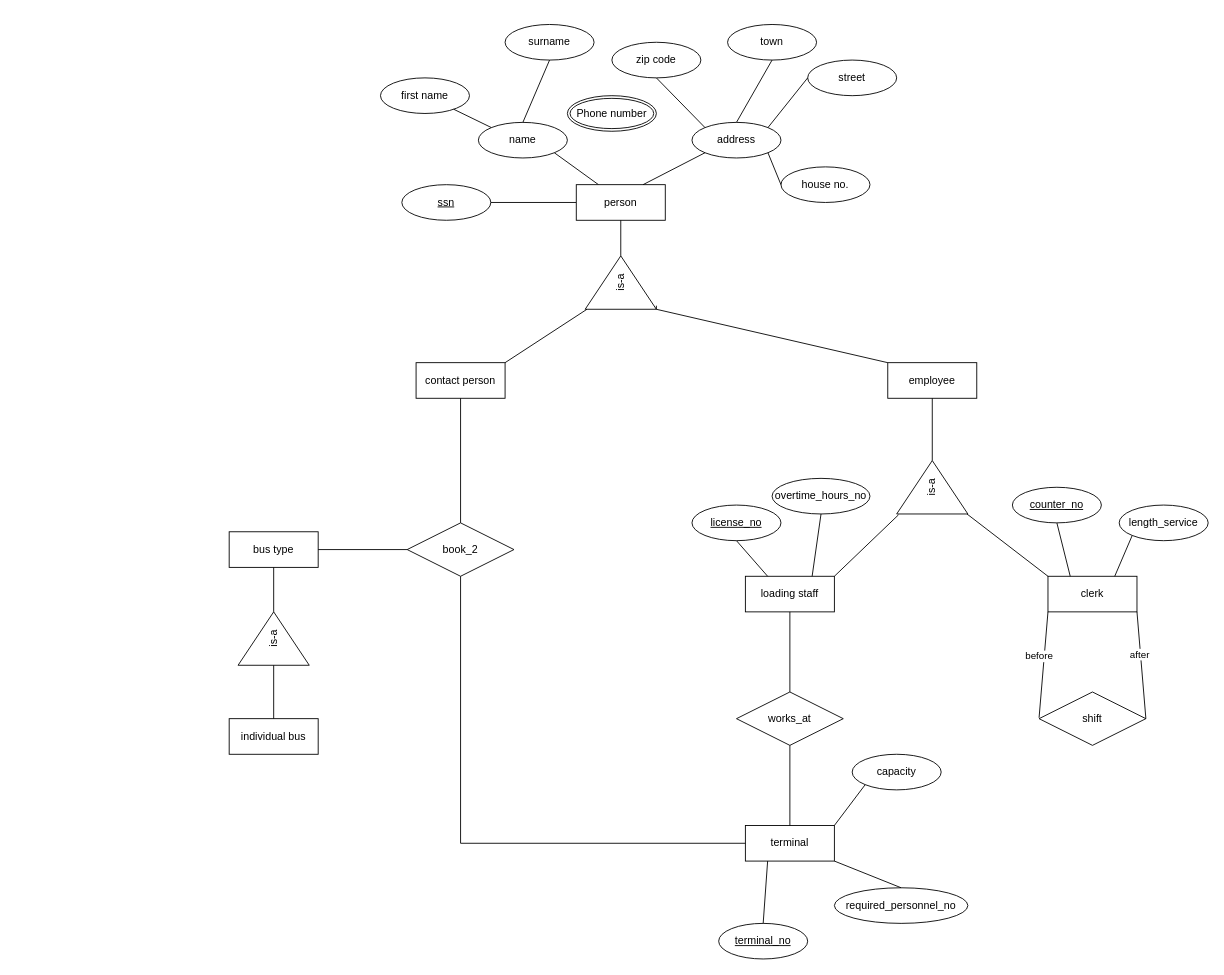
Earlier version of the draw.io diagram ERM project_group 5.drawio (Martinaeht/DBS-Projektgruppe-5_ERM). Source tidied: cells renumbered, new cells numbered last; positions are measured from the earlier drawing's top-left corner, leaving out a move shared by most shapes. Both pictures are drawn from the tidied source at 89%, with x=0, y=0 at pixel (229, 24).
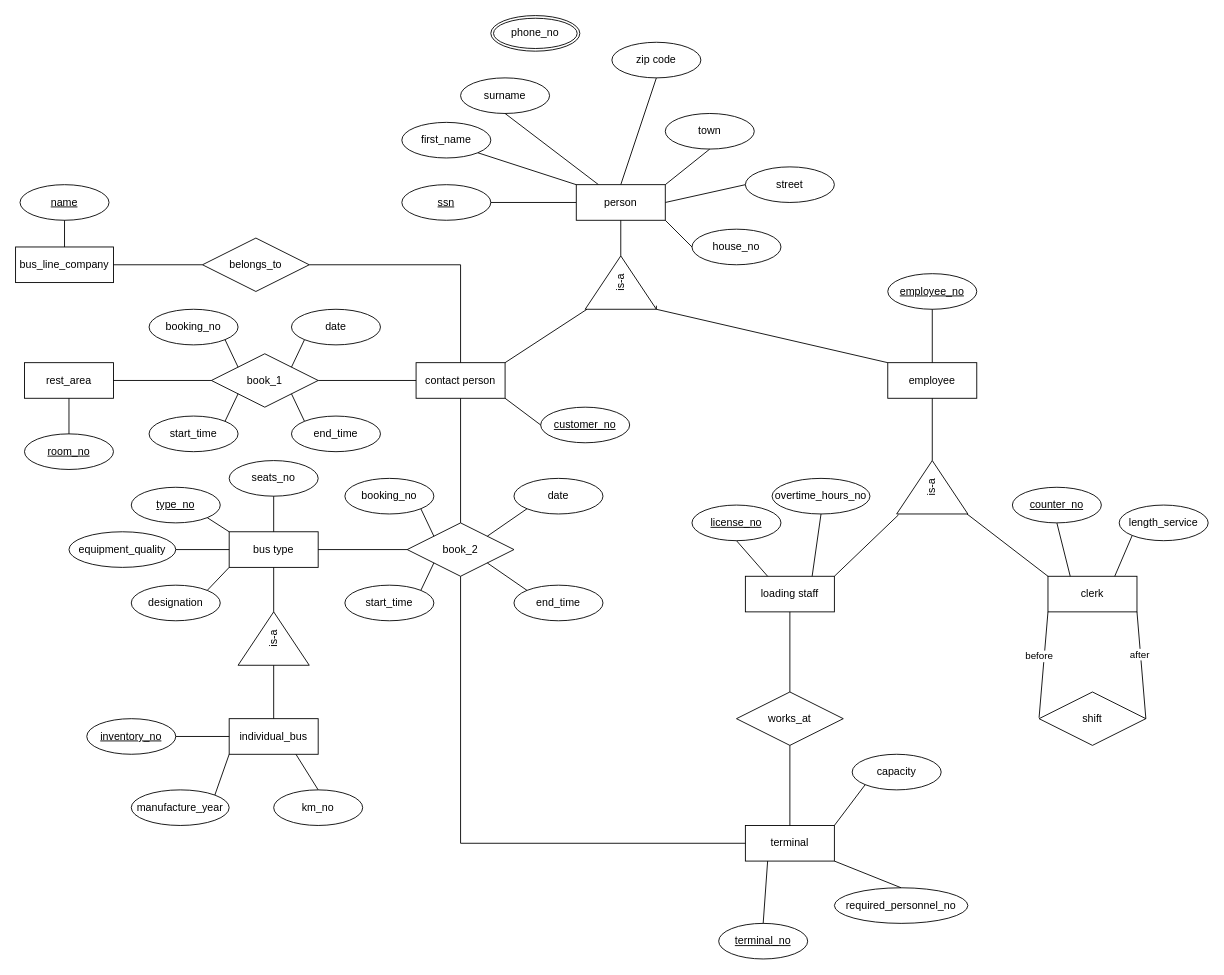
After the change.

Unchanged cells that the change refers to:
```xml
<mxCell id="11" value="zip code" style="ellipse;whiteSpace=wrap;html=1;align=center;" parent="1" vertex="1">
  <mxGeometry x="430" y="20" width="100" height="40" as="geometry" />
</mxCell>
<mxCell id="18" value="contact person" style="whiteSpace=wrap;html=1;align=center;" parent="1" vertex="1">
  <mxGeometry x="210" y="380" width="100" height="40" as="geometry" />
</mxCell>
<mxCell id="19" value="employee" style="whiteSpace=wrap;html=1;align=center;" parent="1" vertex="1">
  <mxGeometry x="740" y="380" width="100" height="40" as="geometry" />
</mxCell>
<mxCell id="20" value="person" style="whiteSpace=wrap;html=1;align=center;" parent="1" vertex="1">
  <mxGeometry x="390" y="180" width="100" height="40" as="geometry" />
</mxCell>
<mxCell id="23" value="bus type" style="whiteSpace=wrap;html=1;align=center;" parent="1" vertex="1">
  <mxGeometry y="570" width="100" height="40" as="geometry" />
</mxCell>
<mxCell id="59" value="book_2" style="shape=rhombus;perimeter=rhombusPerimeter;whiteSpace=wrap;html=1;align=center;" parent="1" vertex="1">
  <mxGeometry x="200" y="560" width="120" height="60" as="geometry" />
</mxCell>
```

The edit, as a diff of the source:
```diff
@@
-    <mxCell id="4" value="name" style="ellipse;whiteSpace=wrap;html=1;align=center;" parent="1" vertex="1">
-      <mxGeometry x="280" y="110" width="100" height="40" as="geometry" />
+    <mxCell id="4" value="first_name" style="ellipse;whiteSpace=wrap;html=1;align=center;" parent="1" vertex="1">
+      <mxGeometry x="194" y="110" width="100" height="40" as="geometry" />
     </mxCell>
-    <mxCell id="5" value="first name" style="ellipse;whiteSpace=wrap;html=1;align=center;" parent="1" vertex="1">
-      <mxGeometry x="170" y="60" width="100" height="40" as="geometry" />
-    </mxCell>
     <mxCell id="6" value="surname" style="ellipse;whiteSpace=wrap;html=1;align=center;" parent="1" vertex="1">
-      <mxGeometry x="310" width="100" height="40" as="geometry" />
+      <mxGeometry x="260" y="60" width="100" height="40" as="geometry" />
     </mxCell>
-    <mxCell id="7" style="endArrow=none;html=1;rounded=0;entryX=0;entryY=0;entryDx=0;entryDy=0;" parent="1" edge="1" source="5" target="4">
-      <mxGeometry relative="1" as="geometry" />
-    </mxCell>
-    <mxCell id="8" style="endArrow=none;html=1;rounded=0;entryX=0.25;entryY=0;entryDx=0;entryDy=0;exitX=1;exitY=1;exitDx=0;exitDy=0;" parent="1" edge="1" source="4" target="20">
+    <mxCell id="8" style="endArrow=none;html=1;rounded=0;entryX=0;entryY=0;entryDx=0;entryDy=0;exitX=1;exitY=1;exitDx=0;exitDy=0;" parent="1" edge="1" source="4" target="20">
       <mxGeometry relative="1" as="geometry" />
     </mxCell>
-    <mxCell id="9" style="endArrow=none;html=1;rounded=0;entryX=0.5;entryY=1;entryDx=0;entryDy=0;exitX=0.5;exitY=0;exitDx=0;exitDy=0;" parent="1" edge="1" source="4" target="6">
+    <mxCell id="9" style="endArrow=none;html=1;rounded=0;entryX=0.5;entryY=1;entryDx=0;entryDy=0;exitX=0.25;exitY=0;exitDx=0;exitDy=0;" parent="1" edge="1" source="20" target="6">
       <mxGeometry relative="1" as="geometry" />
     </mxCell>
-    <mxCell id="10" value="address" style="ellipse;whiteSpace=wrap;html=1;align=center;" parent="1" vertex="1">
-      <mxGeometry x="520" y="110" width="100" height="40" as="geometry" />
-    </mxCell>
@@
-    <mxCell id="12" style="endArrow=none;html=1;rounded=0;exitX=0.5;exitY=1;exitDx=0;exitDy=0;entryX=0;entryY=0;entryDx=0;entryDy=0;" parent="1" edge="1" source="11" target="10">
+    <mxCell id="12" style="endArrow=none;html=1;rounded=0;exitX=0.5;exitY=1;exitDx=0;exitDy=0;entryX=0.5;entryY=0;entryDx=0;entryDy=0;" parent="1" edge="1" source="11" target="20">
       <mxGeometry relative="1" as="geometry" />
     </mxCell>
-    <mxCell id="13" value="street" style="ellipse;whiteSpace=wrap;html=1;align=center;" parent="1" vertex="1">
-      <mxGeometry x="650" y="40" width="100" height="40" as="geometry" />
-    </mxCell>
     <mxCell id="14" value="town" style="ellipse;whiteSpace=wrap;html=1;align=center;" parent="1" vertex="1">
-      <mxGeometry x="560" width="100" height="40" as="geometry" />
+      <mxGeometry x="490" y="100" width="100" height="40" as="geometry" />
     </mxCell>
-    <mxCell id="15" value="house no." style="ellipse;whiteSpace=wrap;html=1;align=center;" parent="1" vertex="1">
-      <mxGeometry x="620" y="160" width="100" height="40" as="geometry" />
+    <mxCell id="15" value="house_no" style="ellipse;whiteSpace=wrap;html=1;align=center;" parent="1" vertex="1">
+      <mxGeometry x="520" y="230" width="100" height="40" as="geometry" />
     </mxCell>
-    <mxCell id="16" style="endArrow=none;html=1;rounded=0;exitX=0.5;exitY=0;exitDx=0;exitDy=0;entryX=0.5;entryY=1;entryDx=0;entryDy=0;" parent="1" edge="1" source="10" target="14">
+    <mxCell id="16" style="endArrow=none;html=1;rounded=0;exitX=1;exitY=0;exitDx=0;exitDy=0;entryX=0.5;entryY=1;entryDx=0;entryDy=0;" parent="1" edge="1" source="20" target="14">
       <mxGeometry relative="1" as="geometry" />
     </mxCell>
-    <mxCell id="17" style="endArrow=none;html=1;rounded=0;entryX=0;entryY=0.5;entryDx=0;entryDy=0;exitX=1;exitY=0;exitDx=0;exitDy=0;" parent="1" edge="1" source="10" target="13">
+    <mxCell id="17" style="endArrow=none;html=1;rounded=0;entryX=0;entryY=0.5;entryDx=0;entryDy=0;exitX=1;exitY=0.5;exitDx=0;exitDy=0;" parent="1" edge="1" source="20" target="13">
       <mxGeometry relative="1" as="geometry" />
     </mxCell>
@@
-    <mxCell id="21" style="endArrow=none;html=1;rounded=0;entryX=0;entryY=1;entryDx=0;entryDy=0;exitX=0.75;exitY=0;exitDx=0;exitDy=0;" parent="1" edge="1" source="20" target="10">
-      <mxGeometry relative="1" as="geometry" />
-    </mxCell>
-    <mxCell id="22" style="endArrow=none;html=1;rounded=0;exitX=1;exitY=1;exitDx=0;exitDy=0;entryX=0;entryY=0.5;entryDx=0;entryDy=0;" parent="1" edge="1" source="10" target="15">
+    <mxCell id="22" style="endArrow=none;html=1;rounded=0;exitX=1;exitY=1;exitDx=0;exitDy=0;entryX=0;entryY=0.5;entryDx=0;entryDy=0;" parent="1" edge="1" source="20" target="15">
       <mxGeometry relative="1" as="geometry" />
     </mxCell>
@@
-    <mxCell id="24" value="individual bus" style="whiteSpace=wrap;html=1;align=center;" parent="1" vertex="1">
+    <mxCell id="24" value="individual_bus" style="whiteSpace=wrap;html=1;align=center;" parent="1" vertex="1">
       <mxGeometry y="780" width="100" height="40" as="geometry" />
     </mxCell>
@@
-    <mxCell id="26" value="Phone number" style="ellipse;shape=doubleEllipse;margin=3;whiteSpace=wrap;html=1;align=center;" parent="1" vertex="1">
-      <mxGeometry x="380" y="80" width="100" height="40" as="geometry" />
+    <mxCell id="26" value="phone_no" style="ellipse;shape=doubleEllipse;margin=3;whiteSpace=wrap;html=1;align=center;" parent="1" vertex="1">
+      <mxGeometry x="294" y="-10" width="100" height="40" as="geometry" />
     </mxCell>
@@
+    <mxCell id="66" value="book_1" style="shape=rhombus;perimeter=rhombusPerimeter;whiteSpace=wrap;html=1;align=center;" parent="1" vertex="1">
+      <mxGeometry x="-20" y="370" width="120" height="60" as="geometry" />
+    </mxCell>
+    <mxCell id="67" style="endArrow=none;html=1;rounded=0;exitX=1;exitY=0.5;exitDx=0;exitDy=0;entryX=0;entryY=0.5;entryDx=0;entryDy=0;" parent="1" edge="1" source="66" target="18">
+      <mxGeometry relative="1" as="geometry" />
+    </mxCell>
+    <mxCell id="68" value="rest_area" style="whiteSpace=wrap;html=1;align=center;" parent="1" vertex="1">
+      <mxGeometry x="-230" y="380" width="100" height="40" as="geometry" />
+    </mxCell>
+    <mxCell id="69" style="endArrow=none;html=1;rounded=0;exitX=1;exitY=0.5;exitDx=0;exitDy=0;entryX=0;entryY=0.5;entryDx=0;entryDy=0;" parent="1" edge="1" source="68" target="66">
+      <mxGeometry relative="1" as="geometry" />
+    </mxCell>
+    <mxCell id="70" value="belongs_to" style="shape=rhombus;perimeter=rhombusPerimeter;whiteSpace=wrap;html=1;align=center;" parent="1" vertex="1">
+      <mxGeometry x="-30" y="240" width="120" height="60" as="geometry" />
+    </mxCell>
+    <mxCell id="71" value="bus_line_company" style="whiteSpace=wrap;html=1;align=center;" parent="1" vertex="1">
+      <mxGeometry x="-240" y="250" width="110" height="40" as="geometry" />
+    </mxCell>
+    <mxCell id="72" style="endArrow=none;html=1;rounded=0;exitX=1;exitY=0.5;exitDx=0;exitDy=0;entryX=0;entryY=0.5;entryDx=0;entryDy=0;" parent="1" edge="1" source="71" target="70">
+      <mxGeometry relative="1" as="geometry" />
+    </mxCell>
+    <mxCell id="73" style="endArrow=none;html=1;rounded=0;exitX=1;exitY=0.5;exitDx=0;exitDy=0;entryX=0.5;entryY=0;entryDx=0;entryDy=0;" parent="1" edge="1" source="70" target="18">
+      <mxGeometry relative="1" as="geometry">
+        <Array as="points">
+          <mxPoint x="260" y="270" />
+        </Array>
+      </mxGeometry>
+    </mxCell>
+    <mxCell id="74" value="name" style="ellipse;whiteSpace=wrap;html=1;align=center;fontStyle=4;" parent="1" vertex="1">
+      <mxGeometry x="-235" y="180" width="100" height="40" as="geometry" />
+    </mxCell>
+    <mxCell id="75" style="endArrow=none;html=1;rounded=0;exitX=0.5;exitY=1;exitDx=0;exitDy=0;entryX=0.5;entryY=0;entryDx=0;entryDy=0;" parent="1" edge="1" source="74" target="71">
+      <mxGeometry relative="1" as="geometry" />
+    </mxCell>
+    <mxCell id="76" style="endArrow=none;html=1;rounded=0;exitX=0.5;exitY=1;exitDx=0;exitDy=0;" parent="1" edge="1" source="68" target="77">
+      <mxGeometry relative="1" as="geometry" />
+    </mxCell>
+    <mxCell id="77" value="room_no" style="ellipse;whiteSpace=wrap;html=1;align=center;fontStyle=4;" parent="1" vertex="1">
+      <mxGeometry x="-230" y="460" width="100" height="40" as="geometry" />
+    </mxCell>
+    <mxCell id="78" value="booking_no" style="ellipse;whiteSpace=wrap;html=1;align=center;" parent="1" vertex="1">
+      <mxGeometry x="-90" y="320" width="100" height="40" as="geometry" />
+    </mxCell>
+    <mxCell id="79" value="date" style="ellipse;whiteSpace=wrap;html=1;align=center;" parent="1" vertex="1">
+      <mxGeometry x="70" y="320" width="100" height="40" as="geometry" />
+    </mxCell>
+    <mxCell id="80" value="start_time" style="ellipse;whiteSpace=wrap;html=1;align=center;" parent="1" vertex="1">
+      <mxGeometry x="-90" y="440" width="100" height="40" as="geometry" />
+    </mxCell>
+    <mxCell id="81" value="end_time" style="ellipse;whiteSpace=wrap;html=1;align=center;" parent="1" vertex="1">
+      <mxGeometry x="70" y="440" width="100" height="40" as="geometry" />
+    </mxCell>
+    <mxCell id="82" style="endArrow=none;html=1;rounded=0;exitX=1;exitY=1;exitDx=0;exitDy=0;entryX=0;entryY=0;entryDx=0;entryDy=0;" parent="1" edge="1" source="78" target="66">
+      <mxGeometry relative="1" as="geometry" />
+    </mxCell>
+    <mxCell id="83" style="endArrow=none;html=1;rounded=0;exitX=0;exitY=1;exitDx=0;exitDy=0;entryX=1;entryY=0;entryDx=0;entryDy=0;" parent="1" edge="1" source="79" target="66">
+      <mxGeometry relative="1" as="geometry" />
+    </mxCell>
+    <mxCell id="84" style="endArrow=none;html=1;rounded=0;exitX=1;exitY=0;exitDx=0;exitDy=0;entryX=0;entryY=1;entryDx=0;entryDy=0;" parent="1" edge="1" source="80" target="66">
+      <mxGeometry relative="1" as="geometry" />
+    </mxCell>
+    <mxCell id="85" style="endArrow=none;html=1;rounded=0;exitX=1;exitY=1;exitDx=0;exitDy=0;entryX=0;entryY=0;entryDx=0;entryDy=0;" parent="1" edge="1" source="66" target="81">
+      <mxGeometry relative="1" as="geometry" />
+    </mxCell>
+    <mxCell id="86" value="customer_no" style="ellipse;whiteSpace=wrap;html=1;align=center;fontStyle=4;" parent="1" vertex="1">
+      <mxGeometry x="350" y="430" width="100" height="40" as="geometry" />
+    </mxCell>
+    <mxCell id="87" style="endArrow=none;html=1;rounded=0;exitX=1;exitY=1;exitDx=0;exitDy=0;entryX=0;entryY=0.5;entryDx=0;entryDy=0;" parent="1" edge="1" source="18" target="86">
+      <mxGeometry relative="1" as="geometry" />
+    </mxCell>
+    <mxCell id="13" value="street" style="ellipse;whiteSpace=wrap;html=1;align=center;" parent="1" vertex="1">
+      <mxGeometry x="580" y="160" width="100" height="40" as="geometry" />
+    </mxCell>
+    <mxCell id="88" value="employee_no" style="ellipse;whiteSpace=wrap;html=1;align=center;fontStyle=4;" parent="1" vertex="1">
+      <mxGeometry x="740" y="280" width="100" height="40" as="geometry" />
+    </mxCell>
+    <mxCell id="89" style="endArrow=none;html=1;rounded=0;entryX=0.5;entryY=1;entryDx=0;entryDy=0;exitX=0.5;exitY=0;exitDx=0;exitDy=0;" parent="1" edge="1" source="19" target="88">
+      <mxGeometry relative="1" as="geometry" />
+    </mxCell>
+    <mxCell id="90" value="booking_no" style="ellipse;whiteSpace=wrap;html=1;align=center;" parent="1" vertex="1">
+      <mxGeometry x="130" y="510" width="100" height="40" as="geometry" />
+    </mxCell>
+    <mxCell id="91" value="date" style="ellipse;whiteSpace=wrap;html=1;align=center;" parent="1" vertex="1">
+      <mxGeometry x="320" y="510" width="100" height="40" as="geometry" />
+    </mxCell>
+    <mxCell id="92" value="start_time" style="ellipse;whiteSpace=wrap;html=1;align=center;" parent="1" vertex="1">
+      <mxGeometry x="130" y="630" width="100" height="40" as="geometry" />
+    </mxCell>
+    <mxCell id="93" value="end_time" style="ellipse;whiteSpace=wrap;html=1;align=center;" parent="1" vertex="1">
+      <mxGeometry x="320" y="630" width="100" height="40" as="geometry" />
+    </mxCell>
+    <mxCell id="94" style="endArrow=none;html=1;rounded=0;exitX=1;exitY=1;exitDx=0;exitDy=0;entryX=0;entryY=0;entryDx=0;entryDy=0;" parent="1" edge="1" source="90" target="59">
+      <mxGeometry relative="1" as="geometry" />
+    </mxCell>
+    <mxCell id="95" style="endArrow=none;html=1;rounded=0;exitX=1;exitY=0;exitDx=0;exitDy=0;entryX=0;entryY=1;entryDx=0;entryDy=0;" parent="1" edge="1" source="92" target="59">
+      <mxGeometry relative="1" as="geometry" />
+    </mxCell>
+    <mxCell id="96" style="endArrow=none;html=1;rounded=0;exitX=0;exitY=1;exitDx=0;exitDy=0;entryX=1;entryY=0;entryDx=0;entryDy=0;" parent="1" edge="1" source="91" target="59">
+      <mxGeometry relative="1" as="geometry" />
+    </mxCell>
+    <mxCell id="97" style="endArrow=none;html=1;rounded=0;exitX=1;exitY=1;exitDx=0;exitDy=0;entryX=0;entryY=0;entryDx=0;entryDy=0;" parent="1" edge="1" source="59" target="93">
+      <mxGeometry relative="1" as="geometry" />
+    </mxCell>
+    <mxCell id="98" value="type_no" style="ellipse;whiteSpace=wrap;html=1;align=center;fontStyle=4;" parent="1" vertex="1">
+      <mxGeometry x="-110" y="520" width="100" height="40" as="geometry" />
+    </mxCell>
+    <mxCell id="99" value="equipment_quality" style="ellipse;whiteSpace=wrap;html=1;align=center;" parent="1" vertex="1">
+      <mxGeometry x="-180" y="570" width="120" height="40" as="geometry" />
+    </mxCell>
+    <mxCell id="100" value="seats_no" style="ellipse;whiteSpace=wrap;html=1;align=center;" parent="1" vertex="1">
+      <mxGeometry y="490" width="100" height="40" as="geometry" />
+    </mxCell>
+    <mxCell id="101" value="designation" style="ellipse;whiteSpace=wrap;html=1;align=center;" parent="1" vertex="1">
+      <mxGeometry x="-110" y="630" width="100" height="40" as="geometry" />
+    </mxCell>
+    <mxCell id="102" style="endArrow=none;html=1;rounded=0;exitX=0.5;exitY=1;exitDx=0;exitDy=0;entryX=0.5;entryY=0;entryDx=0;entryDy=0;" parent="1" edge="1" source="100" target="23">
+      <mxGeometry relative="1" as="geometry" />
+    </mxCell>
+    <mxCell id="103" style="endArrow=none;html=1;rounded=0;exitX=1;exitY=1;exitDx=0;exitDy=0;entryX=0;entryY=0;entryDx=0;entryDy=0;" parent="1" edge="1" source="98" target="23">
+      <mxGeometry relative="1" as="geometry" />
+    </mxCell>
+    <mxCell id="104" style="endArrow=none;html=1;rounded=0;exitX=1;exitY=0.5;exitDx=0;exitDy=0;entryX=0;entryY=0.5;entryDx=0;entryDy=0;" parent="1" edge="1" source="99" target="23">
+      <mxGeometry relative="1" as="geometry" />
+    </mxCell>
+    <mxCell id="105" style="endArrow=none;html=1;rounded=0;exitX=1;exitY=0;exitDx=0;exitDy=0;entryX=0;entryY=1;entryDx=0;entryDy=0;" parent="1" edge="1" source="101" target="23">
+      <mxGeometry relative="1" as="geometry" />
+    </mxCell>
+    <mxCell id="106" value="manufacture_year" style="ellipse;whiteSpace=wrap;html=1;align=center;" parent="1" vertex="1">
+      <mxGeometry x="-110" y="860" width="110" height="40" as="geometry" />
+    </mxCell>
+    <mxCell id="107" value="inventory_no" style="ellipse;whiteSpace=wrap;html=1;align=center;fontStyle=4;" parent="1" vertex="1">
+      <mxGeometry x="-160" y="780" width="100" height="40" as="geometry" />
+    </mxCell>
+    <mxCell id="108" value="km_no" style="ellipse;whiteSpace=wrap;html=1;align=center;" parent="1" vertex="1">
+      <mxGeometry x="50" y="860" width="100" height="40" as="geometry" />
+    </mxCell>
+    <mxCell id="109" style="endArrow=none;html=1;rounded=0;exitX=1;exitY=0.5;exitDx=0;exitDy=0;entryX=0;entryY=0.5;entryDx=0;entryDy=0;" parent="1" edge="1" source="107" target="24">
+      <mxGeometry relative="1" as="geometry" />
+    </mxCell>
+    <mxCell id="110" style="endArrow=none;html=1;rounded=0;exitX=1;exitY=0;exitDx=0;exitDy=0;entryX=0;entryY=1;entryDx=0;entryDy=0;" parent="1" edge="1" source="106" target="24">
+      <mxGeometry relative="1" as="geometry" />
+    </mxCell>
+    <mxCell id="111" style="endArrow=none;html=1;rounded=0;exitX=0.75;exitY=1;exitDx=0;exitDy=0;entryX=0.5;entryY=0;entryDx=0;entryDy=0;" parent="1" edge="1" source="24" target="108">
+      <mxGeometry relative="1" as="geometry" />
+    </mxCell>
```
